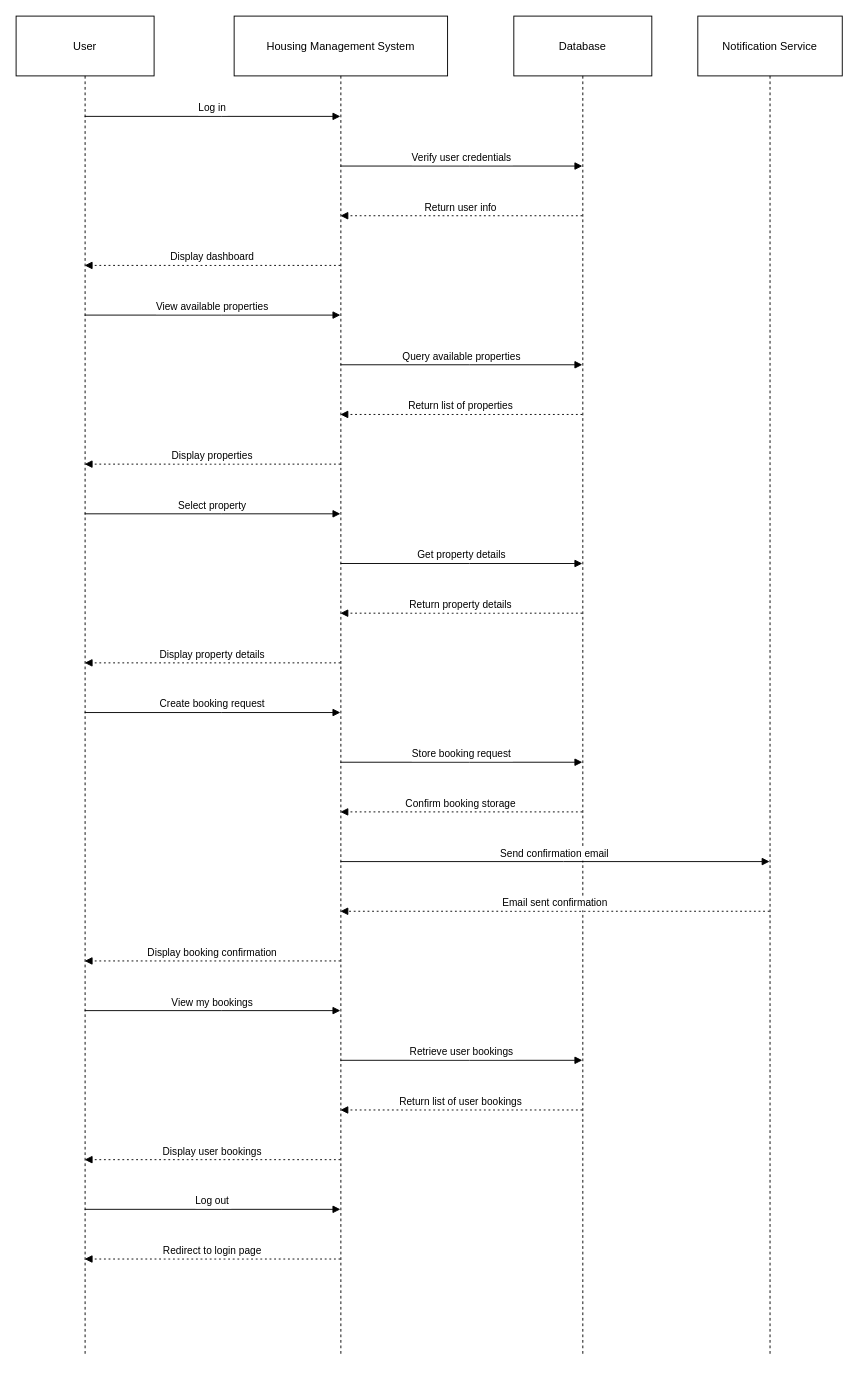
The draw.io diagram Untitled Diagram.drawio in Jiv811/info2602l4, before the edit. Source tidied: cells renumbered, new cells numbered last; positions are measured from the earlier drawing's top-left corner, leaving out a move shared by most shapes. Both pictures are drawn from the tidied source at 92%, with x=0, y=0 at pixel (16, 16).
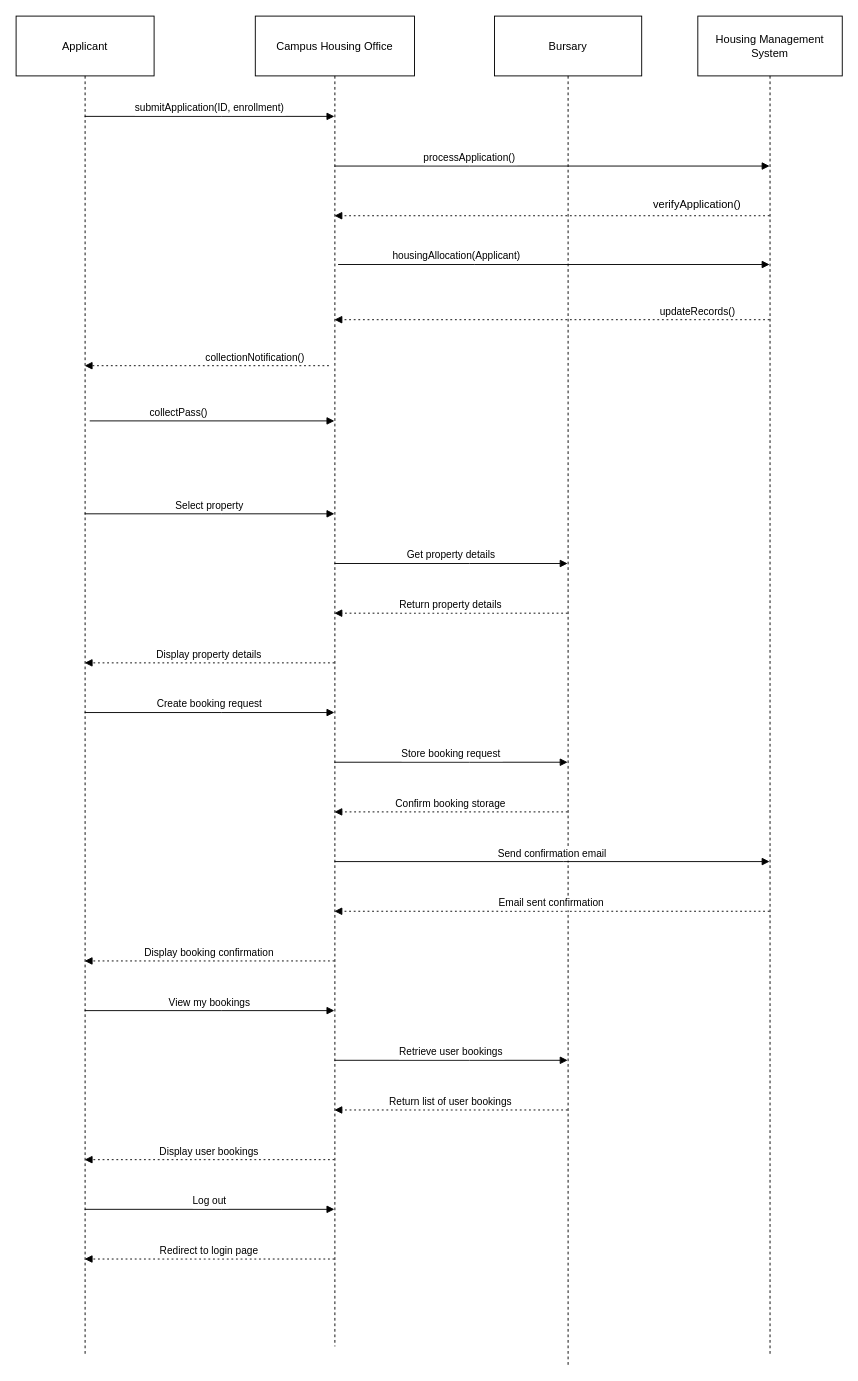
The same diagram, later.

Change to the diagram source:
```diff
@@
-    <mxCell id="2" value="User" style="shape=umlLifeline;perimeter=lifelinePerimeter;whiteSpace=wrap;outlineConnect=0;portConstraint=eastwest;newEdgeStyle={&quot;edgeStyle&quot;:&quot;elbowEdgeStyle&quot;,&quot;elbow&quot;:&quot;vertical&quot;,&quot;curved&quot;:0,&quot;rounded&quot;:0};size=65;" parent="1" vertex="1">
+    <mxCell id="2" value="Applicant" style="shape=umlLifeline;perimeter=lifelinePerimeter;whiteSpace=wrap;outlineConnect=0;portConstraint=eastwest;newEdgeStyle={&quot;edgeStyle&quot;:&quot;elbowEdgeStyle&quot;,&quot;elbow&quot;:&quot;vertical&quot;,&quot;curved&quot;:0,&quot;rounded&quot;:0};size=65;" parent="1" vertex="1">
       <mxGeometry width="150" height="1456" as="geometry" />
     </mxCell>
-    <mxCell id="3" value="Housing Management System" style="shape=umlLifeline;perimeter=lifelinePerimeter;whiteSpace=wrap;outlineConnect=0;portConstraint=eastwest;newEdgeStyle={&quot;edgeStyle&quot;:&quot;elbowEdgeStyle&quot;,&quot;elbow&quot;:&quot;vertical&quot;,&quot;curved&quot;:0,&quot;rounded&quot;:0};size=65;" parent="1" vertex="1">
-      <mxGeometry x="237" width="232" height="1456" as="geometry" />
+    <mxCell id="3" value="Campus Housing Office" style="shape=umlLifeline;perimeter=lifelinePerimeter;whiteSpace=wrap;outlineConnect=0;portConstraint=eastwest;newEdgeStyle={&quot;edgeStyle&quot;:&quot;elbowEdgeStyle&quot;,&quot;elbow&quot;:&quot;vertical&quot;,&quot;curved&quot;:0,&quot;rounded&quot;:0};size=65;" parent="1" vertex="1">
+      <mxGeometry x="260" width="173" height="1446" as="geometry" />
     </mxCell>
-    <mxCell id="4" value="Database" style="shape=umlLifeline;perimeter=lifelinePerimeter;whiteSpace=wrap;outlineConnect=0;portConstraint=eastwest;newEdgeStyle={&quot;edgeStyle&quot;:&quot;elbowEdgeStyle&quot;,&quot;elbow&quot;:&quot;vertical&quot;,&quot;curved&quot;:0,&quot;rounded&quot;:0};size=65;" parent="1" vertex="1">
-      <mxGeometry x="541" width="150" height="1456" as="geometry" />
+    <mxCell id="4" value="Bursary" style="shape=umlLifeline;perimeter=lifelinePerimeter;whiteSpace=wrap;outlineConnect=0;portConstraint=eastwest;newEdgeStyle={&quot;edgeStyle&quot;:&quot;elbowEdgeStyle&quot;,&quot;elbow&quot;:&quot;vertical&quot;,&quot;curved&quot;:0,&quot;rounded&quot;:0};size=65;" parent="1" vertex="1">
+      <mxGeometry x="520" width="160" height="1466" as="geometry" />
     </mxCell>
-    <mxCell id="5" value="Notification Service" style="shape=umlLifeline;perimeter=lifelinePerimeter;whiteSpace=wrap;outlineConnect=0;portConstraint=eastwest;newEdgeStyle={&quot;edgeStyle&quot;:&quot;elbowEdgeStyle&quot;,&quot;elbow&quot;:&quot;vertical&quot;,&quot;curved&quot;:0,&quot;rounded&quot;:0};size=65;" parent="1" vertex="1">
+    <mxCell id="5" value="Housing Management System" style="shape=umlLifeline;perimeter=lifelinePerimeter;whiteSpace=wrap;outlineConnect=0;portConstraint=eastwest;newEdgeStyle={&quot;edgeStyle&quot;:&quot;elbowEdgeStyle&quot;,&quot;elbow&quot;:&quot;vertical&quot;,&quot;curved&quot;:0,&quot;rounded&quot;:0};size=65;" parent="1" vertex="1">
       <mxGeometry x="741" width="157" height="1456" as="geometry" />
     </mxCell>
-    <mxCell id="6" value="Log in" style="verticalAlign=bottom;edgeStyle=elbowEdgeStyle;elbow=vertical;curved=0;rounded=0;endArrow=block;" parent="1" edge="1" source="2" target="3">
+    <mxCell id="6" value="submitApplication(ID, enrollment)" style="verticalAlign=bottom;edgeStyle=elbowEdgeStyle;elbow=horizontal;curved=0;rounded=0;endArrow=block;" parent="1" edge="1" source="2" target="3">
       <mxGeometry relative="1" as="geometry">
         <Array as="points">
           <mxPoint x="223" y="109" />
         </Array>
       </mxGeometry>
     </mxCell>
-    <mxCell id="7" value="Verify user credentials" style="verticalAlign=bottom;edgeStyle=elbowEdgeStyle;elbow=vertical;curved=0;rounded=0;endArrow=block;" parent="1" edge="1" source="3" target="4">
-      <mxGeometry relative="1" as="geometry">
+    <mxCell id="7" value="processApplication()" style="verticalAlign=bottom;edgeStyle=elbowEdgeStyle;elbow=vertical;curved=0;rounded=0;endArrow=block;" parent="1" edge="1" source="3" target="5">
+      <mxGeometry x="-0.38" relative="1" as="geometry">
         <Array as="points">
           <mxPoint x="493" y="163" />
         </Array>
       </mxGeometry>
     </mxCell>
-    <mxCell id="8" value="Return user info" style="verticalAlign=bottom;edgeStyle=elbowEdgeStyle;elbow=vertical;curved=0;rounded=0;dashed=1;dashPattern=2 3;endArrow=block;" parent="1" edge="1" source="4" target="3">
+    <mxCell id="8" style="verticalAlign=bottom;edgeStyle=elbowEdgeStyle;elbow=vertical;curved=0;rounded=0;dashed=1;dashPattern=2 3;endArrow=block;" parent="1" edge="1" source="5" target="3">
       <mxGeometry relative="1" as="geometry">
         <Array as="points">
           <mxPoint x="496" y="217" />
         </Array>
       </mxGeometry>
     </mxCell>
-    <mxCell id="9" value="Display dashboard" style="verticalAlign=bottom;edgeStyle=elbowEdgeStyle;elbow=vertical;curved=0;rounded=0;dashed=1;dashPattern=2 3;endArrow=block;" parent="1" edge="1" source="3" target="2">
-      <mxGeometry relative="1" as="geometry">
-        <Array as="points">
-          <mxPoint x="226" y="271" />
-        </Array>
-      </mxGeometry>
-    </mxCell>
-    <mxCell id="10" value="View available properties" style="verticalAlign=bottom;edgeStyle=elbowEdgeStyle;elbow=vertical;curved=0;rounded=0;endArrow=block;" parent="1" edge="1" source="2" target="3">
-      <mxGeometry relative="1" as="geometry">
-        <Array as="points">
-          <mxPoint x="223" y="325" />
-        </Array>
-      </mxGeometry>
-    </mxCell>
-    <mxCell id="11" value="Query available properties" style="verticalAlign=bottom;edgeStyle=elbowEdgeStyle;elbow=vertical;curved=0;rounded=0;endArrow=block;" parent="1" edge="1" source="3" target="4">
-      <mxGeometry relative="1" as="geometry">
-        <Array as="points">
-          <mxPoint x="493" y="379" />
-        </Array>
-      </mxGeometry>
-    </mxCell>
-    <mxCell id="12" value="Return list of properties" style="verticalAlign=bottom;edgeStyle=elbowEdgeStyle;elbow=vertical;curved=0;rounded=0;dashed=1;dashPattern=2 3;endArrow=block;" parent="1" edge="1" source="4" target="3">
-      <mxGeometry relative="1" as="geometry">
-        <Array as="points">
-          <mxPoint x="496" y="433" />
-        </Array>
-      </mxGeometry>
-    </mxCell>
-    <mxCell id="13" value="Display properties" style="verticalAlign=bottom;edgeStyle=elbowEdgeStyle;elbow=vertical;curved=0;rounded=0;dashed=1;dashPattern=2 3;endArrow=block;" parent="1" edge="1" source="3" target="2">
-      <mxGeometry relative="1" as="geometry">
-        <Array as="points">
-          <mxPoint x="226" y="487" />
-        </Array>
-      </mxGeometry>
-    </mxCell>
@@
+    <mxCell id="30" value="verifyApplication()" style="text;html=1;align=center;verticalAlign=middle;strokeColor=none;fillColor=none;" parent="1" vertex="1">
+      <mxGeometry x="680" y="190" width="120" height="30" as="geometry" />
+    </mxCell>
+    <mxCell id="31" value="housingAllocation(Applicant)" style="verticalAlign=bottom;edgeStyle=elbowEdgeStyle;elbow=horizontal;curved=0;rounded=0;endArrow=block;" parent="1" edge="1" target="5">
+      <mxGeometry x="-0.45" relative="1" as="geometry">
+        <mxPoint x="350" y="270" as="sourcePoint" />
+        <Array as="points">
+          <mxPoint x="498" y="270" />
+        </Array>
+      </mxGeometry>
+    </mxCell>
+    <mxCell id="32" value="updateRecords()" style="verticalAlign=bottom;edgeStyle=elbowEdgeStyle;elbow=vertical;curved=0;rounded=0;dashed=1;dashPattern=2 3;endArrow=block;" parent="1" edge="1" source="5" target="3">
+      <mxGeometry x="-0.67" relative="1" as="geometry">
+        <Array as="points">
+          <mxPoint x="710" y="330" />
+        </Array>
+      </mxGeometry>
+    </mxCell>
+    <mxCell id="33" value="collectionNotification()" style="verticalAlign=bottom;edgeStyle=elbowEdgeStyle;elbow=vertical;curved=0;rounded=0;dashed=1;dashPattern=2 3;endArrow=block;" parent="1" edge="1">
+      <mxGeometry x="-0.4" relative="1" as="geometry">
+        <mxPoint x="340" y="380" as="sourcePoint" />
+        <mxPoint x="74.5" y="380" as="targetPoint" />
+        <Array as="points">
+          <mxPoint x="304" y="380" />
+        </Array>
+      </mxGeometry>
+    </mxCell>
+    <mxCell id="34" value="collectPass()" style="verticalAlign=bottom;edgeStyle=elbowEdgeStyle;elbow=vertical;curved=0;rounded=0;endArrow=block;" parent="1" edge="1" target="3">
+      <mxGeometry x="-0.27" relative="1" as="geometry">
+        <mxPoint x="80" y="440" as="sourcePoint" />
+        <Array as="points">
+          <mxPoint x="80" y="440" />
+        </Array>
+      </mxGeometry>
+    </mxCell>
```
